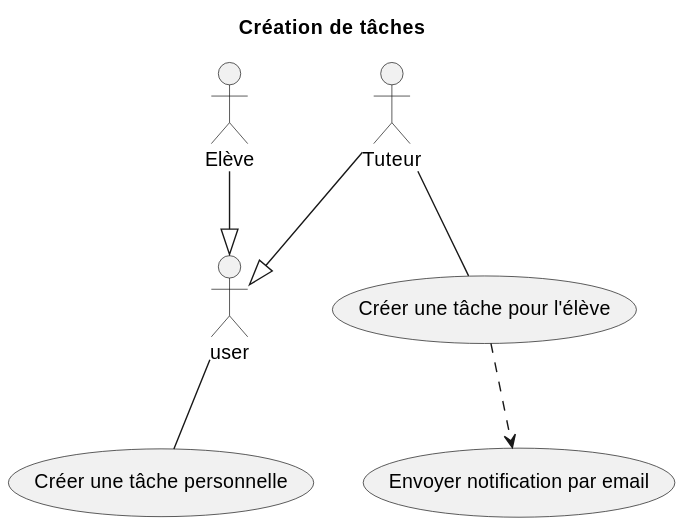
Before: site/diagrams/tasks/task_creation.svg, a diagram exported from PlantUML (KMBCL/P3_specifications). Its diagram source:
```plantuml
@startuml
title Création de tâches

!include /specifications/docs/diagrams/actors/common.puml

student --|> user
tutor --|> user

usecase "Créer une tâche pour l'élève" as create_task_for_student
usecase "Créer une tâche personnelle" as create_personal_task
usecase "Envoyer notification par email" as send_email_notification

tutor -- create_task_for_student
create_task_for_student ..> send_email_notification


user -- create_personal_task
@enduml
```
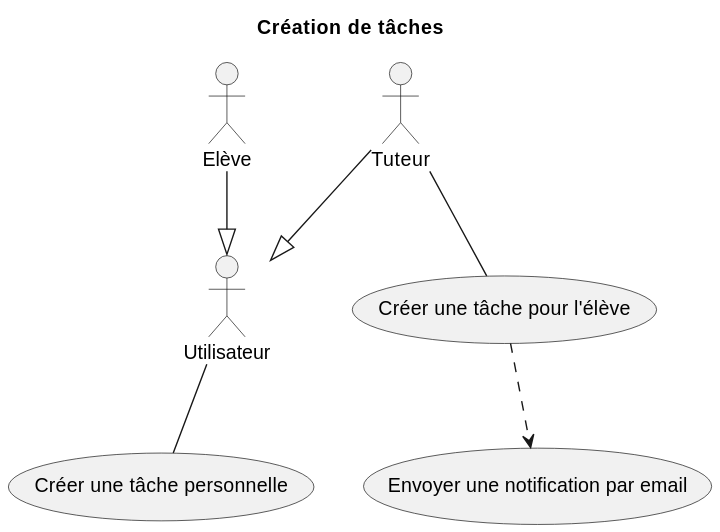
Above is the later version.

What changed in the source:
```diff
@@ -3,16 +3,16 @@
 
 !include /specifications/docs/diagrams/actors/common.puml
 
-student --|> user
-tutor --|> user
+student --|> Utilisateur
+tutor --|> Utilisateur
 
 usecase "Créer une tâche pour l'élève" as create_task_for_student
 usecase "Créer une tâche personnelle" as create_personal_task
-usecase "Envoyer notification par email" as send_email_notification
+usecase "Envoyer une notification par email" as send_email_notification
 
 tutor -- create_task_for_student
 create_task_for_student ..> send_email_notification
 
 
-user -- create_personal_task
+Utilisateur -- create_personal_task
 @enduml
```
